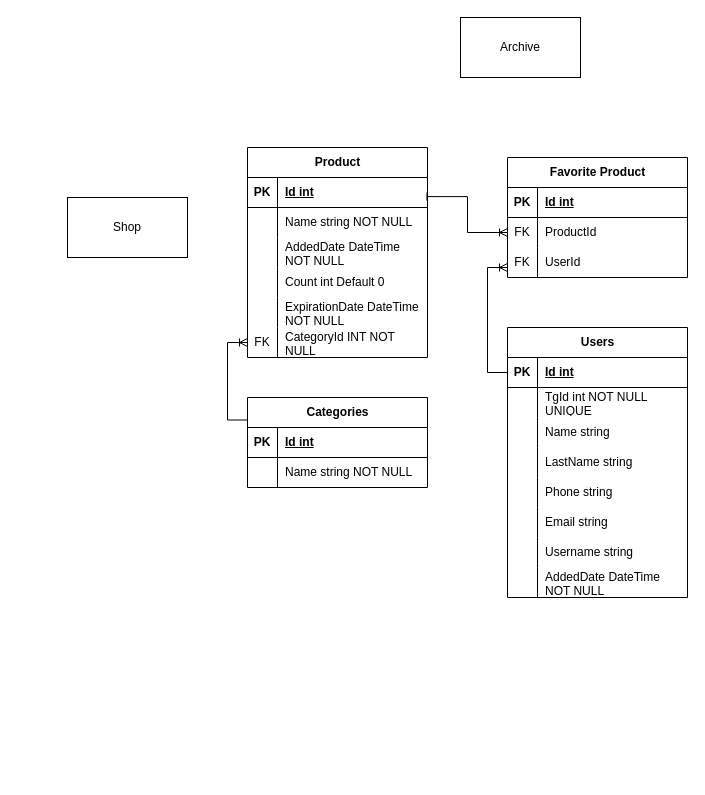
The draw.io diagram ER.drawio in zhenia777/ProductBotManager, before the edit. Source tidied: cells renumbered, new cells numbered last; positions are measured from the earlier drawing's top-left corner, leaving out a move shared by most shapes. Both pictures are drawn from the tidied source at 100%, with x=0, y=0 at pixel (67, 17).
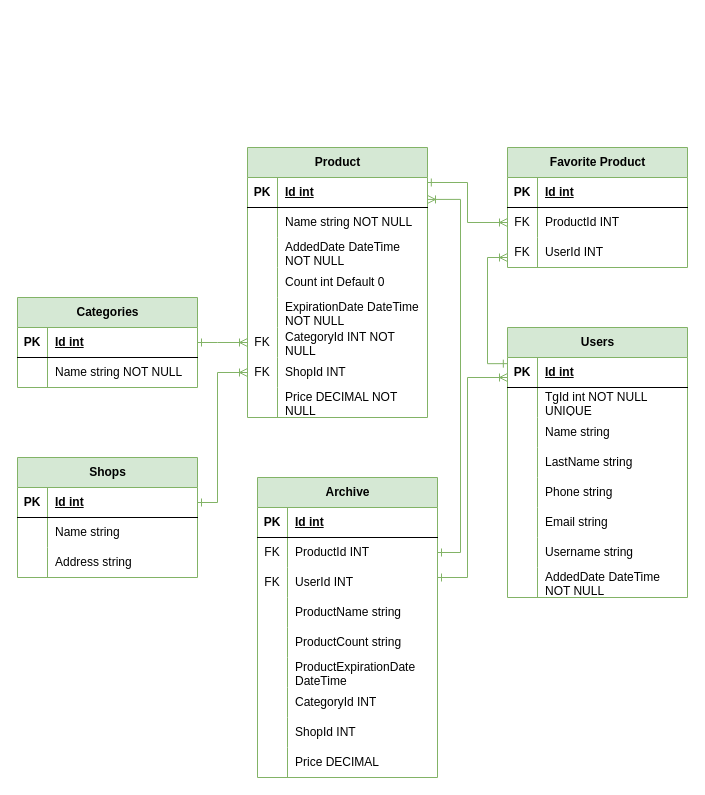
Above is the later version.

The change refers to these unchanged cells:
```xml
<mxCell id="3" style="shape=tableRow;horizontal=0;startSize=0;swimlaneHead=0;swimlaneBody=0;fillColor=none;points=[[0,0.5],[1,0.5]];portConstraint=eastwest;top=0;left=0;right=0;bottom=1;" parent="2" vertex="1">
  <mxGeometry y="30" width="180" height="30" as="geometry" />
</mxCell>
<mxCell id="18" style="shape=tableRow;horizontal=0;startSize=0;swimlaneHead=0;swimlaneBody=0;fillColor=none;points=[[0,0.5],[1,0.5]];portConstraint=eastwest;top=0;left=0;right=0;bottom=0;" parent="2" vertex="1">
  <mxGeometry y="180" width="180" height="30" as="geometry" />
</mxCell>
<mxCell id="22" style="shape=tableRow;horizontal=0;startSize=0;swimlaneHead=0;swimlaneBody=0;fillColor=none;points=[[0,0.5],[1,0.5]];portConstraint=eastwest;top=0;left=0;right=0;bottom=1;" parent="21" vertex="1">
  <mxGeometry y="30" width="180" height="30" as="geometry" />
</mxCell>
<mxCell id="29" style="shape=tableRow;horizontal=0;startSize=0;swimlaneHead=0;swimlaneBody=0;fillColor=none;points=[[0,0.5],[1,0.5]];portConstraint=eastwest;top=0;left=0;right=0;bottom=1;" parent="28" vertex="1">
  <mxGeometry y="30" width="180" height="30" as="geometry" />
</mxCell>
<mxCell id="58" style="shape=tableRow;horizontal=0;startSize=0;swimlaneHead=0;swimlaneBody=0;fillColor=none;points=[[0,0.5],[1,0.5]];portConstraint=eastwest;top=0;left=0;right=0;bottom=0;" parent="54" vertex="1">
  <mxGeometry y="60" width="180" height="30" as="geometry" />
</mxCell>
<mxCell id="61" style="shape=tableRow;horizontal=0;startSize=0;swimlaneHead=0;swimlaneBody=0;fillColor=none;points=[[0,0.5],[1,0.5]];portConstraint=eastwest;top=0;left=0;right=0;bottom=0;" parent="54" vertex="1">
  <mxGeometry y="90" width="180" height="30" as="geometry" />
</mxCell>
```

The edit, as a diff of the source:
```diff
@@
-    <mxCell id="2" value="Product" style="shape=table;startSize=30;childLayout=tableLayout;rowLines=0;fontStyle=1;align=center;html=1;" parent="1" vertex="1">
-      <mxGeometry x="180" y="130" width="180" height="210" as="geometry" />
+    <mxCell id="2" value="Product" style="shape=table;startSize=30;childLayout=tableLayout;rowLines=0;fontStyle=1;align=center;html=1;fillColor=#d5e8d4;strokeColor=#82b366;" parent="1" vertex="1">
+      <mxGeometry x="180" y="130" width="180" height="270" as="geometry" />
     </mxCell>
@@
+    <mxCell id="68" style="shape=tableRow;horizontal=0;startSize=0;swimlaneHead=0;swimlaneBody=0;fillColor=none;points=[[0,0.5],[1,0.5]];portConstraint=eastwest;top=0;left=0;right=0;bottom=0;" parent="2" vertex="1">
+      <mxGeometry y="210" width="180" height="30" as="geometry" />
+    </mxCell>
+    <mxCell id="69" value="FK" style="shape=partialRectangle;fillColor=none;top=0;left=0;bottom=0;right=0;overflow=hidden;whiteSpace=wrap;html=1;" parent="68" vertex="1">
+      <mxGeometry width="30" height="30" as="geometry" />
+    </mxCell>
+    <mxCell id="70" value="ShopId INT" style="shape=partialRectangle;fillColor=none;top=0;left=0;bottom=0;right=0;align=left;spacingLeft=6;overflow=hidden;whiteSpace=wrap;html=1;" parent="68" vertex="1">
+      <mxGeometry x="30" width="150" height="30" as="geometry" />
+    </mxCell>
+    <mxCell id="71" style="shape=tableRow;horizontal=0;startSize=0;swimlaneHead=0;swimlaneBody=0;fillColor=none;top=0;left=0;right=0;bottom=0;" parent="2" vertex="1">
+      <mxGeometry y="240" width="180" height="30" as="geometry" />
+    </mxCell>
+    <mxCell id="72" style="shape=partialRectangle;fillColor=none;top=0;left=0;bottom=0;right=0;overflow=hidden;whiteSpace=wrap;html=1;" parent="71" vertex="1">
+      <mxGeometry width="30" height="30" as="geometry" />
+    </mxCell>
+    <mxCell id="73" value="Price DECIMAL NOT NULL" style="shape=partialRectangle;fillColor=none;top=0;left=0;bottom=0;right=0;align=left;spacingLeft=6;overflow=hidden;whiteSpace=wrap;html=1;" parent="71" vertex="1">
+      <mxGeometry x="30" width="150" height="30" as="geometry" />
+    </mxCell>
-    <mxCell id="21" value="Categories" style="shape=table;startSize=30;childLayout=tableLayout;rowLines=0;fontStyle=1;align=center;html=1;" parent="1" vertex="1">
-      <mxGeometry x="180" y="380" width="180" height="90" as="geometry" />
+    <mxCell id="21" value="Categories" style="shape=table;startSize=30;childLayout=tableLayout;rowLines=0;fontStyle=1;align=center;html=1;fillColor=#d5e8d4;strokeColor=#82b366;" parent="1" vertex="1">
+      <mxGeometry x="-50" y="280" width="180" height="90" as="geometry" />
     </mxCell>
@@
-    <mxCell id="28" value="Users" style="shape=table;startSize=30;childLayout=tableLayout;rowLines=0;fontStyle=1;align=center;html=1;" parent="1" vertex="1">
+    <mxCell id="28" value="Users" style="shape=table;startSize=30;childLayout=tableLayout;rowLines=0;fontStyle=1;align=center;html=1;fillColor=#d5e8d4;strokeColor=#82b366;" parent="1" vertex="1">
       <mxGeometry x="440" y="310" width="180" height="270" as="geometry" />
     </mxCell>
@@
-    <mxCell id="53" style="edgeStyle=orthogonalEdgeStyle;rounded=0;jettySize=auto;html=1;exitX=0;exitY=0.5;exitDx=0;exitDy=0;entryX=0;entryY=0.25;entryDx=0;entryDy=0;endArrow=baseDash;endFill=0;startArrow=ERoneToMany;startFill=0;" parent="1" edge="1" source="18" target="21">
-      <mxGeometry relative="1" as="geometry" />
-    </mxCell>
-    <mxCell id="54" value="Favorite Product" style="shape=table;startSize=30;childLayout=tableLayout;rowLines=0;fontStyle=1;align=center;html=1;" parent="1" vertex="1">
-      <mxGeometry x="440" y="140" width="180" height="120" as="geometry" />
+    <mxCell id="54" value="Favorite Product" style="shape=table;startSize=30;childLayout=tableLayout;rowLines=0;fontStyle=1;align=center;html=1;fillColor=#d5e8d4;strokeColor=#82b366;" parent="1" vertex="1">
+      <mxGeometry x="440" y="130" width="180" height="120" as="geometry" />
     </mxCell>
@@
-    <mxCell id="60" value="ProductId" style="shape=partialRectangle;fillColor=none;top=0;left=0;bottom=0;right=0;align=left;spacingLeft=6;overflow=hidden;whiteSpace=wrap;html=1;" parent="58" vertex="1">
+    <mxCell id="60" value="ProductId INT" style="shape=partialRectangle;fillColor=none;top=0;left=0;bottom=0;right=0;align=left;spacingLeft=6;overflow=hidden;whiteSpace=wrap;html=1;" parent="58" vertex="1">
       <mxGeometry x="30" width="150" height="30" as="geometry" />
     </mxCell>
@@
-    <mxCell id="63" value="UserId" style="shape=partialRectangle;fillColor=none;top=0;left=0;bottom=0;right=0;align=left;spacingLeft=6;overflow=hidden;whiteSpace=wrap;html=1;" parent="61" vertex="1">
+    <mxCell id="63" value="UserId INT" style="shape=partialRectangle;fillColor=none;top=0;left=0;bottom=0;right=0;align=left;spacingLeft=6;overflow=hidden;whiteSpace=wrap;html=1;" parent="61" vertex="1">
       <mxGeometry x="30" width="150" height="30" as="geometry" />
     </mxCell>
-    <mxCell id="64" style="edgeStyle=orthogonalEdgeStyle;rounded=0;jettySize=auto;html=1;exitX=0;exitY=0.667;exitDx=0;exitDy=0;entryX=0;entryY=0.5;entryDx=0;entryDy=0;endArrow=baseDash;endFill=0;startArrow=ERoneToMany;startFill=0;exitPerimeter=0;" parent="1" edge="1" source="61" target="29">
-      <mxGeometry relative="1" as="geometry" />
+    <mxCell id="64" style="edgeStyle=orthogonalEdgeStyle;rounded=0;jettySize=auto;html=1;exitX=0;exitY=0.667;exitDx=0;exitDy=0;endArrow=ERone;endFill=0;startArrow=ERoneToMany;startFill=0;exitPerimeter=0;entryX=-0.001;entryY=0.205;entryDx=0;entryDy=0;entryPerimeter=0;fillColor=#d5e8d4;strokeColor=#82b366;" parent="1" edge="1" source="61" target="29">
+      <mxGeometry relative="1" as="geometry">
+        <Array as="points">
+          <mxPoint x="420" y="240" />
+          <mxPoint x="420" y="346" />
+          <mxPoint x="440" y="346" />
+        </Array>
+      </mxGeometry>
     </mxCell>
-    <mxCell id="65" style="edgeStyle=orthogonalEdgeStyle;rounded=0;jettySize=auto;html=1;exitX=0;exitY=0.5;exitDx=0;exitDy=0;entryX=0.997;entryY=0.637;entryDx=0;entryDy=0;endArrow=baseDash;endFill=0;startArrow=ERoneToMany;startFill=0;entryPerimeter=0;" parent="1" edge="1" source="58" target="3">
-      <mxGeometry relative="1" as="geometry" />
+    <mxCell id="65" style="edgeStyle=orthogonalEdgeStyle;rounded=0;jettySize=auto;html=1;exitX=0;exitY=0.5;exitDx=0;exitDy=0;endArrow=ERone;endFill=0;startArrow=ERoneToMany;startFill=0;entryX=0.999;entryY=0.167;entryDx=0;entryDy=0;entryPerimeter=0;fillColor=#d5e8d4;strokeColor=#82b366;" parent="1" edge="1" source="58" target="3">
+      <mxGeometry relative="1" as="geometry">
+        <Array as="points">
+          <mxPoint x="400" y="205" />
+          <mxPoint x="400" y="165" />
+        </Array>
+      </mxGeometry>
     </mxCell>
-    <mxCell id="66" value="Shop" style="rounded=0;whiteSpace=wrap;html=1;" parent="1" vertex="1">
-      <mxGeometry y="180" width="120" height="60" as="geometry" />
-    </mxCell>
+    <mxCell id="74" value="Shops" style="shape=table;startSize=30;childLayout=tableLayout;rowLines=0;fontStyle=1;align=center;html=1;fillColor=#d5e8d4;strokeColor=#82b366;" parent="1" vertex="1">
+      <mxGeometry x="-50" y="440" width="180" height="120" as="geometry" />
+    </mxCell>
+    <mxCell id="75" style="shape=tableRow;horizontal=0;startSize=0;swimlaneHead=0;swimlaneBody=0;fillColor=none;points=[[0,0.5],[1,0.5]];portConstraint=eastwest;top=0;left=0;right=0;bottom=1;" parent="74" vertex="1">
+      <mxGeometry y="30" width="180" height="30" as="geometry" />
+    </mxCell>
+    <mxCell id="76" value="PK" style="shape=partialRectangle;fillColor=none;top=0;left=0;bottom=0;right=0;fontStyle=1;overflow=hidden;whiteSpace=wrap;html=1;" parent="75" vertex="1">
+      <mxGeometry width="30" height="30" as="geometry" />
+    </mxCell>
+    <mxCell id="77" value="Id int" style="shape=partialRectangle;fillColor=none;top=0;left=0;bottom=0;right=0;align=left;spacingLeft=6;fontStyle=5;overflow=hidden;whiteSpace=wrap;html=1;" parent="75" vertex="1">
+      <mxGeometry x="30" width="150" height="30" as="geometry" />
+    </mxCell>
+    <mxCell id="78" style="shape=tableRow;horizontal=0;startSize=0;swimlaneHead=0;swimlaneBody=0;fillColor=none;top=0;left=0;right=0;bottom=0;" parent="74" vertex="1">
+      <mxGeometry y="60" width="180" height="30" as="geometry" />
+    </mxCell>
+    <mxCell id="79" style="shape=partialRectangle;fillColor=none;top=0;left=0;bottom=0;right=0;overflow=hidden;whiteSpace=wrap;html=1;" parent="78" vertex="1">
+      <mxGeometry width="30" height="30" as="geometry" />
+    </mxCell>
+    <mxCell id="80" value="Name string" style="shape=partialRectangle;fillColor=none;top=0;left=0;bottom=0;right=0;align=left;spacingLeft=6;overflow=hidden;whiteSpace=wrap;html=1;" parent="78" vertex="1">
+      <mxGeometry x="30" width="150" height="30" as="geometry" />
+    </mxCell>
+    <mxCell id="81" style="shape=tableRow;horizontal=0;startSize=0;swimlaneHead=0;swimlaneBody=0;fillColor=none;top=0;left=0;right=0;bottom=0;" parent="74" vertex="1">
+      <mxGeometry y="90" width="180" height="30" as="geometry" />
+    </mxCell>
+    <mxCell id="82" style="shape=partialRectangle;fillColor=none;top=0;left=0;bottom=0;right=0;overflow=hidden;whiteSpace=wrap;html=1;" parent="81" vertex="1">
+      <mxGeometry width="30" height="30" as="geometry" />
+    </mxCell>
+    <mxCell id="83" value="Address string" style="shape=partialRectangle;fillColor=none;top=0;left=0;bottom=0;right=0;align=left;spacingLeft=6;overflow=hidden;whiteSpace=wrap;html=1;" parent="81" vertex="1">
+      <mxGeometry x="30" width="150" height="30" as="geometry" />
+    </mxCell>
+    <mxCell id="84" style="edgeStyle=orthogonalEdgeStyle;rounded=0;jettySize=auto;html=1;exitX=0;exitY=0.5;exitDx=0;exitDy=0;endArrow=ERone;endFill=0;startArrow=ERoneToMany;startFill=0;entryX=1;entryY=0.5;entryDx=0;entryDy=0;fillColor=#d5e8d4;strokeColor=#82b366;" parent="1" edge="1" source="18" target="22">
+      <mxGeometry relative="1" as="geometry">
+        <Array as="points">
+          <mxPoint x="150" y="325" />
+          <mxPoint x="150" y="325" />
+        </Array>
+      </mxGeometry>
+    </mxCell>
+    <mxCell id="85" style="edgeStyle=orthogonalEdgeStyle;rounded=0;jettySize=auto;html=1;exitX=0;exitY=0.5;exitDx=0;exitDy=0;endArrow=ERone;endFill=0;startArrow=ERoneToMany;startFill=0;entryX=1;entryY=0.5;entryDx=0;entryDy=0;fillColor=#d5e8d4;strokeColor=#82b366;" parent="1" edge="1" source="68" target="75">
+      <mxGeometry relative="1" as="geometry">
+        <Array as="points">
+          <mxPoint x="150" y="355" />
+          <mxPoint x="150" y="485" />
+        </Array>
+      </mxGeometry>
+    </mxCell>
-    <mxCell id="67" value="Archive" style="rounded=0;whiteSpace=wrap;html=1;" parent="1" vertex="1">
-      <mxGeometry x="393" width="120" height="60" as="geometry" />
+    <mxCell id="67" value="Archive" style="shape=table;startSize=30;childLayout=tableLayout;rowLines=0;fontStyle=1;align=center;html=1;fillColor=#d5e8d4;strokeColor=#82b366;" parent="1" vertex="1">
+      <mxGeometry x="190" y="460" width="180" height="300" as="geometry" />
     </mxCell>
+    <mxCell id="86" style="shape=tableRow;horizontal=0;startSize=0;swimlaneHead=0;swimlaneBody=0;fillColor=none;top=0;left=0;right=0;bottom=1;" parent="67" vertex="1">
+      <mxGeometry y="30" width="180" height="30" as="geometry" />
+    </mxCell>
+    <mxCell id="87" value="PK" style="shape=partialRectangle;fillColor=none;top=0;left=0;bottom=0;right=0;fontStyle=1;overflow=hidden;whiteSpace=wrap;html=1;" parent="86" vertex="1">
+      <mxGeometry width="30" height="30" as="geometry" />
+    </mxCell>
+    <mxCell id="88" value="Id int" style="shape=partialRectangle;fillColor=none;top=0;left=0;bottom=0;right=0;align=left;spacingLeft=6;fontStyle=5;overflow=hidden;whiteSpace=wrap;html=1;" parent="86" vertex="1">
+      <mxGeometry x="30" width="150" height="30" as="geometry" />
+    </mxCell>
+    <mxCell id="89" style="shape=tableRow;horizontal=0;startSize=0;swimlaneHead=0;swimlaneBody=0;fillColor=none;points=[[0,0.5],[1,0.5]];portConstraint=eastwest;top=0;left=0;right=0;bottom=0;" parent="67" vertex="1">
+      <mxGeometry y="60" width="180" height="30" as="geometry" />
+    </mxCell>
+    <mxCell id="90" value="FK" style="shape=partialRectangle;fillColor=none;top=0;left=0;bottom=0;right=0;overflow=hidden;whiteSpace=wrap;html=1;" parent="89" vertex="1">
+      <mxGeometry width="30" height="30" as="geometry" />
+    </mxCell>
+    <mxCell id="91" value="ProductId INT" style="shape=partialRectangle;fillColor=none;top=0;left=0;bottom=0;right=0;align=left;spacingLeft=6;overflow=hidden;whiteSpace=wrap;html=1;" parent="89" vertex="1">
+      <mxGeometry x="30" width="150" height="30" as="geometry" />
+    </mxCell>
+    <mxCell id="92" style="shape=tableRow;horizontal=0;startSize=0;swimlaneHead=0;swimlaneBody=0;fillColor=none;top=0;left=0;right=0;bottom=0;" parent="67" vertex="1">
+      <mxGeometry y="90" width="180" height="30" as="geometry" />
+    </mxCell>
+    <mxCell id="93" value="FK" style="shape=partialRectangle;fillColor=none;top=0;left=0;bottom=0;right=0;overflow=hidden;whiteSpace=wrap;html=1;" parent="92" vertex="1">
+      <mxGeometry width="30" height="30" as="geometry" />
+    </mxCell>
+    <mxCell id="94" value="UserId INT" style="shape=partialRectangle;fillColor=none;top=0;left=0;bottom=0;right=0;align=left;spacingLeft=6;overflow=hidden;whiteSpace=wrap;html=1;" parent="92" vertex="1">
+      <mxGeometry x="30" width="150" height="30" as="geometry" />
+    </mxCell>
+    <mxCell id="95" style="shape=tableRow;horizontal=0;startSize=0;swimlaneHead=0;swimlaneBody=0;fillColor=none;top=0;left=0;right=0;bottom=0;" parent="67" vertex="1">
+      <mxGeometry y="120" width="180" height="30" as="geometry" />
+    </mxCell>
+    <mxCell id="96" style="shape=partialRectangle;fillColor=none;top=0;left=0;bottom=0;right=0;overflow=hidden;whiteSpace=wrap;html=1;" parent="95" vertex="1">
+      <mxGeometry width="30" height="30" as="geometry" />
+    </mxCell>
+    <mxCell id="97" value="ProductName string" style="shape=partialRectangle;fillColor=none;top=0;left=0;bottom=0;right=0;align=left;spacingLeft=6;overflow=hidden;whiteSpace=wrap;html=1;" parent="95" vertex="1">
+      <mxGeometry x="30" width="150" height="30" as="geometry" />
+    </mxCell>
+    <mxCell id="98" style="shape=tableRow;horizontal=0;startSize=0;swimlaneHead=0;swimlaneBody=0;fillColor=none;top=0;left=0;right=0;bottom=0;" parent="67" vertex="1">
+      <mxGeometry y="150" width="180" height="30" as="geometry" />
+    </mxCell>
+    <mxCell id="99" style="shape=partialRectangle;fillColor=none;top=0;left=0;bottom=0;right=0;overflow=hidden;whiteSpace=wrap;html=1;" parent="98" vertex="1">
+      <mxGeometry width="30" height="30" as="geometry" />
+    </mxCell>
+    <mxCell id="100" value="ProductCount string" style="shape=partialRectangle;fillColor=none;top=0;left=0;bottom=0;right=0;align=left;spacingLeft=6;overflow=hidden;whiteSpace=wrap;html=1;" parent="98" vertex="1">
+      <mxGeometry x="30" width="150" height="30" as="geometry" />
+    </mxCell>
+    <mxCell id="101" style="shape=tableRow;horizontal=0;startSize=0;swimlaneHead=0;swimlaneBody=0;fillColor=none;top=0;left=0;right=0;bottom=0;" parent="67" vertex="1">
+      <mxGeometry y="180" width="180" height="30" as="geometry" />
+    </mxCell>
+    <mxCell id="102" style="shape=partialRectangle;fillColor=none;top=0;left=0;bottom=0;right=0;overflow=hidden;whiteSpace=wrap;html=1;" parent="101" vertex="1">
+      <mxGeometry width="30" height="30" as="geometry" />
+    </mxCell>
+    <mxCell id="103" value="ProductExpirationDate DateTime" style="shape=partialRectangle;fillColor=none;top=0;left=0;bottom=0;right=0;align=left;spacingLeft=6;overflow=hidden;whiteSpace=wrap;html=1;" parent="101" vertex="1">
+      <mxGeometry x="30" width="150" height="30" as="geometry" />
+    </mxCell>
+    <mxCell id="104" style="shape=tableRow;horizontal=0;startSize=0;swimlaneHead=0;swimlaneBody=0;fillColor=none;top=0;left=0;right=0;bottom=0;" parent="67" vertex="1">
+      <mxGeometry y="210" width="180" height="30" as="geometry" />
+    </mxCell>
+    <mxCell id="105" style="shape=partialRectangle;fillColor=none;top=0;left=0;bottom=0;right=0;overflow=hidden;whiteSpace=wrap;html=1;" parent="104" vertex="1">
+      <mxGeometry width="30" height="30" as="geometry" />
+    </mxCell>
+    <mxCell id="106" value="CategoryId INT" style="shape=partialRectangle;fillColor=none;top=0;left=0;bottom=0;right=0;align=left;spacingLeft=6;overflow=hidden;whiteSpace=wrap;html=1;" parent="104" vertex="1">
+      <mxGeometry x="30" width="150" height="30" as="geometry" />
+    </mxCell>
+    <mxCell id="107" style="shape=tableRow;horizontal=0;startSize=0;swimlaneHead=0;swimlaneBody=0;fillColor=none;top=0;left=0;right=0;bottom=0;" parent="67" vertex="1">
+      <mxGeometry y="240" width="180" height="30" as="geometry" />
+    </mxCell>
+    <mxCell id="108" style="shape=partialRectangle;fillColor=none;top=0;left=0;bottom=0;right=0;overflow=hidden;whiteSpace=wrap;html=1;" parent="107" vertex="1">
+      <mxGeometry width="30" height="30" as="geometry" />
+    </mxCell>
+    <mxCell id="109" value="ShopId INT" style="shape=partialRectangle;fillColor=none;top=0;left=0;bottom=0;right=0;align=left;spacingLeft=6;overflow=hidden;whiteSpace=wrap;html=1;" parent="107" vertex="1">
+      <mxGeometry x="30" width="150" height="30" as="geometry" />
+    </mxCell>
+    <mxCell id="110" style="shape=tableRow;horizontal=0;startSize=0;swimlaneHead=0;swimlaneBody=0;fillColor=none;top=0;left=0;right=0;bottom=0;" parent="67" vertex="1">
+      <mxGeometry y="270" width="180" height="30" as="geometry" />
+    </mxCell>
+    <mxCell id="111" style="shape=partialRectangle;fillColor=none;top=0;left=0;bottom=0;right=0;overflow=hidden;whiteSpace=wrap;html=1;" parent="110" vertex="1">
+      <mxGeometry width="30" height="30" as="geometry" />
+    </mxCell>
+    <mxCell id="112" value="Price DECIMAL&amp;nbsp;" style="shape=partialRectangle;fillColor=none;top=0;left=0;bottom=0;right=0;align=left;spacingLeft=6;overflow=hidden;whiteSpace=wrap;html=1;" parent="110" vertex="1">
+      <mxGeometry x="30" width="150" height="30" as="geometry" />
+    </mxCell>
+    <mxCell id="113" style="edgeStyle=orthogonalEdgeStyle;rounded=0;jettySize=auto;html=1;exitX=1;exitY=0.731;exitDx=0;exitDy=0;endArrow=ERone;endFill=0;startArrow=ERoneToMany;startFill=0;entryX=1;entryY=0.5;entryDx=0;entryDy=0;exitPerimeter=0;fillColor=#d5e8d4;strokeColor=#82b366;" parent="1" edge="1" source="3" target="89">
+      <mxGeometry relative="1" as="geometry">
+        <Array as="points">
+          <mxPoint x="393" y="182" />
+          <mxPoint x="393" y="535" />
+        </Array>
+      </mxGeometry>
+    </mxCell>
+    <mxCell id="114" style="edgeStyle=orthogonalEdgeStyle;rounded=0;orthogonalLoop=1;jettySize=auto;html=1;exitX=0;exitY=0.5;exitDx=0;exitDy=0;endArrow=ERone;endFill=0;startArrow=ERoneToMany;startFill=0;fillColor=#d5e8d4;strokeColor=#82b366;" parent="1" edge="1">
+      <mxGeometry relative="1" as="geometry">
+        <mxPoint x="440" y="360" as="sourcePoint" />
+        <mxPoint x="370" y="560" as="targetPoint" />
+        <Array as="points">
+          <mxPoint x="400" y="360" />
+          <mxPoint x="400" y="560" />
+        </Array>
+      </mxGeometry>
+    </mxCell>
```
